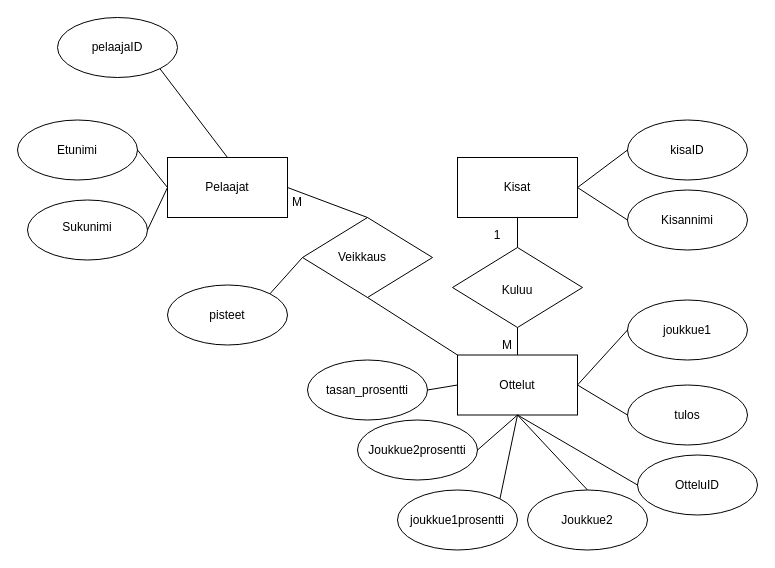
This is latkaveikkaus.drawio from HyytJani/Latkaveikkaus, a draw.io file, before an edit. Source tidied: cells renumbered, new cells numbered last; positions are measured from the earlier drawing's top-left corner, leaving out a move shared by most shapes. Both pictures are drawn from the tidied source at 100%, with x=0, y=0 at pixel (17, 17).
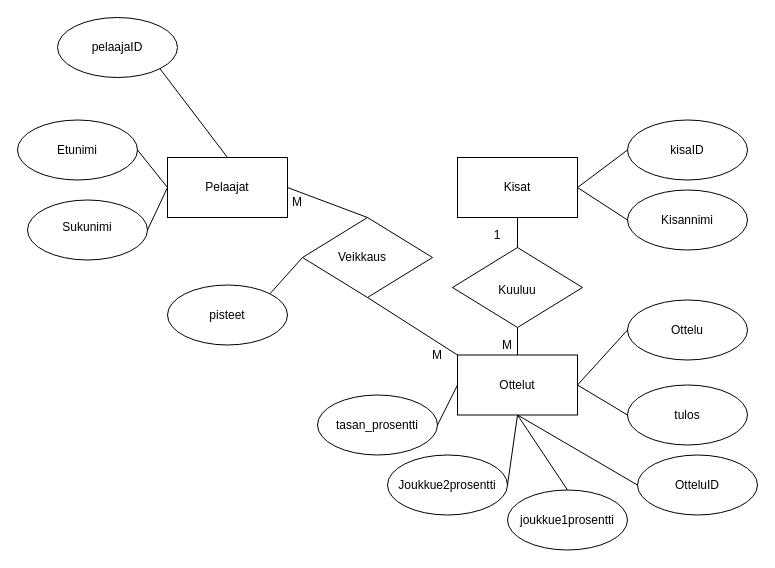
The same page after the edit.

Unchanged cells that the change refers to:
```xml
<mxCell id="14" style="rounded=0;whiteSpace=wrap;html=1;" parent="1" vertex="1">
  <mxGeometry x="440" y="337.5" width="120" height="60" as="geometry" />
</mxCell>
```

Diff of the diagram source:
```diff
@@
-    <mxCell id="17" value="joukkue1" style="text;html=1;strokeColor=none;fillColor=none;align=center;verticalAlign=middle;whiteSpace=wrap;rounded=0;" parent="1" vertex="1">
+    <mxCell id="17" value="Ottelu" style="text;html=1;strokeColor=none;fillColor=none;align=center;verticalAlign=middle;whiteSpace=wrap;rounded=0;" parent="1" vertex="1">
       <mxGeometry x="640" y="297.5" width="60" height="30" as="geometry" />
     </mxCell>
@@
-    <mxCell id="25" style="ellipse;whiteSpace=wrap;html=1;" parent="1" vertex="1">
-      <mxGeometry x="510" y="472.5" width="120" height="60" as="geometry" />
-    </mxCell>
-    <mxCell id="26" value="Joukkue2" style="text;html=1;strokeColor=none;fillColor=none;align=center;verticalAlign=middle;whiteSpace=wrap;rounded=0;" parent="1" vertex="1">
-      <mxGeometry x="540" y="487.5" width="60" height="30" as="geometry" />
-    </mxCell>
@@
-    <mxCell id="35" style="endArrow=none;html=1;rounded=0;exitX=0.5;exitY=0;exitDx=0;exitDy=0;" parent="1" edge="1" source="25">
-      <mxGeometry relative="1" as="geometry">
-        <mxPoint x="500" y="397.5" as="targetPoint" />
-      </mxGeometry>
-    </mxCell>
     <mxCell id="36" style="ellipse;whiteSpace=wrap;html=1;" parent="1" vertex="1">
-      <mxGeometry x="380" y="472.5" width="120" height="60" as="geometry" />
+      <mxGeometry x="490" y="472.5" width="120" height="60" as="geometry" />
     </mxCell>
     <mxCell id="37" value="joukkue1prosentti" style="text;html=1;strokeColor=none;fillColor=none;align=center;verticalAlign=middle;whiteSpace=wrap;rounded=0;" parent="1" vertex="1">
-      <mxGeometry x="410" y="487.5" width="60" height="30" as="geometry" />
+      <mxGeometry x="520" y="487.5" width="60" height="30" as="geometry" />
     </mxCell>
     <mxCell id="38" style="ellipse;whiteSpace=wrap;html=1;" parent="1" vertex="1">
-      <mxGeometry x="340" y="402.5" width="120" height="60" as="geometry" />
+      <mxGeometry x="370" y="437.5" width="120" height="60" as="geometry" />
     </mxCell>
     <mxCell id="39" value="Joukkue2prosentti" style="text;html=1;strokeColor=none;fillColor=none;align=center;verticalAlign=middle;whiteSpace=wrap;rounded=0;" parent="1" vertex="1">
-      <mxGeometry x="370" y="417.5" width="60" height="30" as="geometry" />
+      <mxGeometry x="400" y="452.5" width="60" height="30" as="geometry" />
     </mxCell>
-    <mxCell id="40" style="endArrow=none;html=1;rounded=0;exitX=1;exitY=0;exitDx=0;exitDy=0;" parent="1" edge="1" source="36">
+    <mxCell id="40" style="endArrow=none;html=1;rounded=0;exitX=0.5;exitY=0;exitDx=0;exitDy=0;" parent="1" edge="1" source="36">
       <mxGeometry relative="1" as="geometry">
         <mxPoint x="500" y="397.5" as="targetPoint" />
       </mxGeometry>
     </mxCell>
@@
     <mxCell id="42" style="ellipse;whiteSpace=wrap;html=1;" parent="1" vertex="1">
-      <mxGeometry x="290" y="342.5" width="120" height="60" as="geometry" />
+      <mxGeometry x="300" y="377.5" width="120" height="60" as="geometry" />
     </mxCell>
     <mxCell id="43" value="tasan_prosentti" style="text;html=1;strokeColor=none;fillColor=none;align=center;verticalAlign=middle;whiteSpace=wrap;rounded=0;" parent="1" vertex="1">
-      <mxGeometry x="320" y="357.5" width="60" height="30" as="geometry" />
+      <mxGeometry x="330" y="392.5" width="60" height="30" as="geometry" />
     </mxCell>
-    <mxCell id="44" style="endArrow=none;html=1;rounded=0;entryX=0;entryY=0.5;entryDx=0;entryDy=0;exitX=1;exitY=0.5;exitDx=0;exitDy=0;" parent="1" edge="1" source="42" target="14">
+    <mxCell id="44" style="endArrow=none;html=1;rounded=0;exitX=1;exitY=0.5;exitDx=0;exitDy=0;entryX=0;entryY=0.5;entryDx=0;entryDy=0;" parent="1" edge="1" source="42" target="14">
       <mxGeometry relative="1" as="geometry" />
     </mxCell>
@@
-    <mxCell id="48" value="Kuluu" style="text;html=1;strokeColor=none;fillColor=none;align=center;verticalAlign=middle;whiteSpace=wrap;rounded=0;" parent="1" vertex="1">
+    <mxCell id="48" value="Kuuluu" style="text;html=1;strokeColor=none;fillColor=none;align=center;verticalAlign=middle;whiteSpace=wrap;rounded=0;" parent="1" vertex="1">
       <mxGeometry x="470" y="257.5" width="60" height="30" as="geometry" />
     </mxCell>
@@
+    <mxCell id="58" value="M" style="text;html=1;strokeColor=none;fillColor=none;align=center;verticalAlign=middle;whiteSpace=wrap;rounded=0;" parent="1" vertex="1">
+      <mxGeometry x="390" y="322.5" width="60" height="30" as="geometry" />
+    </mxCell>
```
